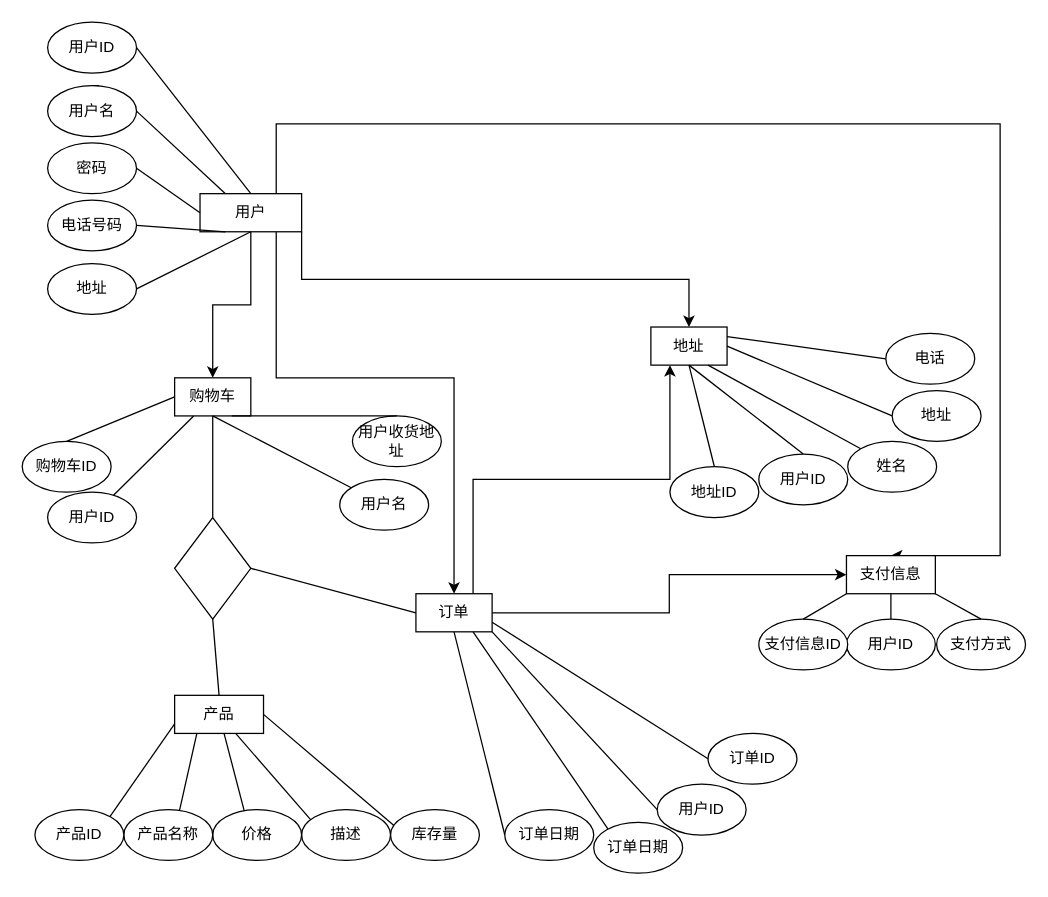
Above: E-R图.drawio in 123Jinfeiyu/Java-learning (draw.io), before the change. Source tidied: cells renumbered, new cells numbered last; positions are measured from the earlier drawing's top-left corner, leaving out a move shared by most shapes. Both pictures are drawn from the tidied source at 127%, with x=0, y=0 at pixel (22, 22).
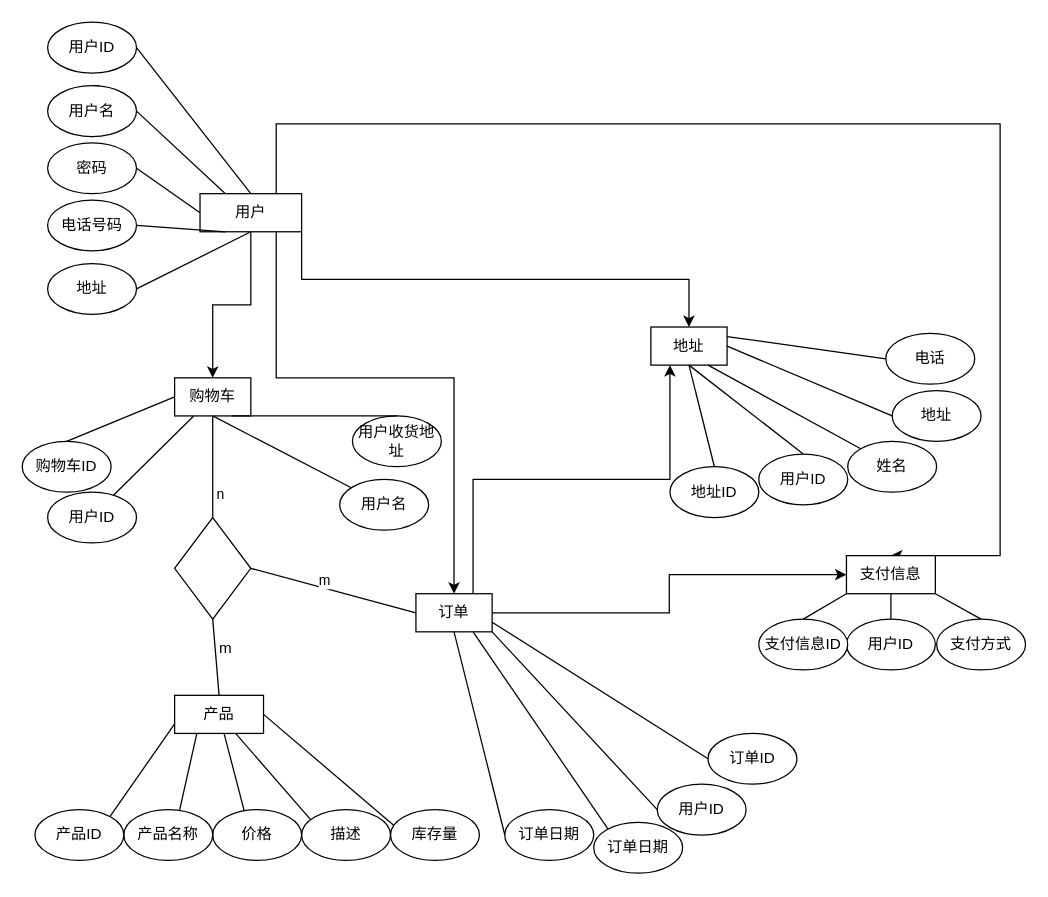
The same page after the edit.

The change refers to these unchanged cells:
```xml
<mxCell id="68" style="endArrow=none;html=1;rounded=0;exitX=0.5;exitY=1;exitDx=0;exitDy=0;" parent="1" edge="1" source="8" target="67">
  <mxGeometry relative="1" as="geometry" />
</mxCell>
<mxCell id="70" style="endArrow=none;html=1;rounded=0;exitX=0;exitY=0.5;exitDx=0;exitDy=0;entryX=1;entryY=0.5;entryDx=0;entryDy=0;" parent="1" edge="1" source="11" target="67">
  <mxGeometry relative="1" as="geometry" />
</mxCell>
```

Diff of the diagram source:
```diff
@@
+    <mxCell id="71" value="n" style="edgeLabel;html=1;align=center;verticalAlign=middle;" parent="68" vertex="1">
+      <mxGeometry x="0.53" y="5" relative="1" as="geometry" />
+    </mxCell>
@@
+    <mxCell id="72" value="m" style="edgeLabel;html=1;align=center;verticalAlign=middle;" parent="70" vertex="1">
+      <mxGeometry x="0.13" y="-6" relative="1" as="geometry">
+        <mxPoint x="-1" as="offset" />
+      </mxGeometry>
+    </mxCell>
+    <mxCell id="73" value="m" style="text;html=1;align=center;verticalAlign=middle;strokeColor=none;fillColor=none;" parent="1" vertex="1">
+      <mxGeometry x="145" y="478" width="30" height="30" as="geometry" />
+    </mxCell>
```
